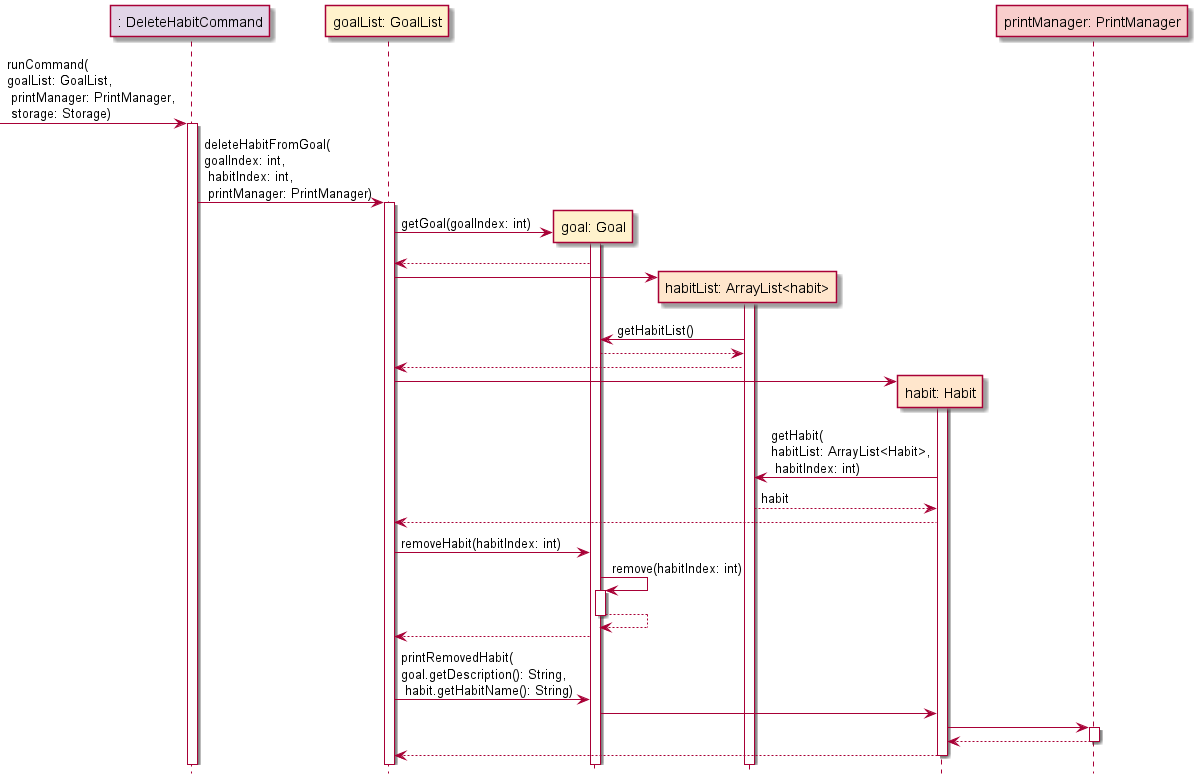
Above: docs/Diagram_Images/Implementation_Diagram_Images/DeleteHabitCommandSequenceDiagram.png in nus-cs2113-AY2122S1/tp (PlantUML), before the change.
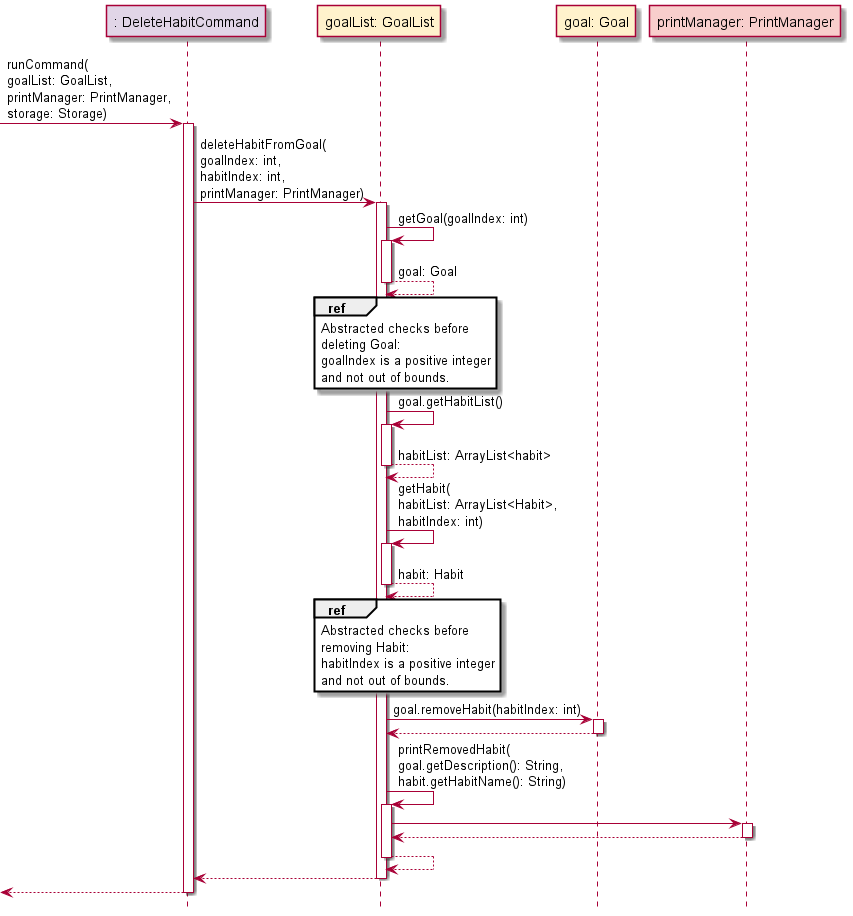
Later version of the same file.

What changed in the source:
```diff
@@ -5,48 +5,45 @@
 participant ": DeleteHabitCommand" as DeleteHabitCommand COMMAND_COLOUR
 participant "goalList: GoalList" as goalList GOAL_COLOUR
 participant "goal: Goal" as goal GOAL_COLOUR
-participant "habitList: ArrayList<habit>" as habitList HABIT_COLOUR
-participant "habit: Habit" as habit HABIT_COLOUR
 participant "printManager: PrintManager" as printManager UI_COLOUR
 
--> DeleteHabitCommand: runCommand(\ngoalList: GoalList,\n printManager: PrintManager,\n storage: Storage)
+-> DeleteHabitCommand: runCommand(\ngoalList: GoalList,\nprintManager: PrintManager,\nstorage: Storage)
 activate DeleteHabitCommand
 
-DeleteHabitCommand -> goalList: deleteHabitFromGoal(\ngoalIndex: int,\n habitIndex: int,\n printManager: PrintManager)
+DeleteHabitCommand -> goalList: deleteHabitFromGoal(\ngoalIndex: int,\nhabitIndex: int,\nprintManager: PrintManager)
 activate goalList
 
-create goal
-goalList -> goal: getGoal(goalIndex: int)
+goalList -> goalList: getGoal(goalIndex: int)
+activate goalList
+goalList --> goalList: goal: Goal
+deactivate goalList
+
+ref over goalList: Abstracted checks before\ndeleting Goal:\ngoalIndex is a positive integer \nand not out of bounds.
+
+goalList -> goalList: goal.getHabitList()
+activate goalList
+goalList --> goalList: habitList: ArrayList<habit>
+deactivate goalList
+
+goalList -> goalList: getHabit(\nhabitList: ArrayList<Habit>,\nhabitIndex: int)
+activate goalList
+goalList --> goalList: habit: Habit
+deactivate goalList
+
+ref over goalList: Abstracted checks before\nremoving Habit:\nhabitIndex is a positive integer \nand not out of bounds.
+
+goalList -> goal: goal.removeHabit(habitIndex: int)
 activate goal
-goalList <-- goal
+return
 
-create habitList
-goalList -> habitList
-activate habitList
-goal <- habitList: getHabitList()
-goal --> habitList
-goalList <-- habitList
+goalList -> goalList: printRemovedHabit(\ngoal.getDescription(): String,\nhabit.getHabitName(): String)
+activate goalList
+goalList -> printManager
+activate printManager
 
-create habit
-goalList -> habit
-activate habit
-habitList <- habit: getHabit(\nhabitList: ArrayList<Habit>,\n habitIndex: int)
-habitList --> habit: habit
-goalList <-- habit
-
-
-goalList -> goal: removeHabit(habitIndex: int)
-goal -> goal: remove(habitIndex: int)
-activate goal
-goal --> goal
-deactivate goal
-goalList <-- goal
-
-
-goalList -> goal: printRemovedHabit(\ngoal.getDescription(): String,\n habit.getHabitName(): String)
-goal -> habit
-habit -> printManager
-activate printManager
+return
+goalList --> goalList
+deactivate goalList
 
 return
 
```
